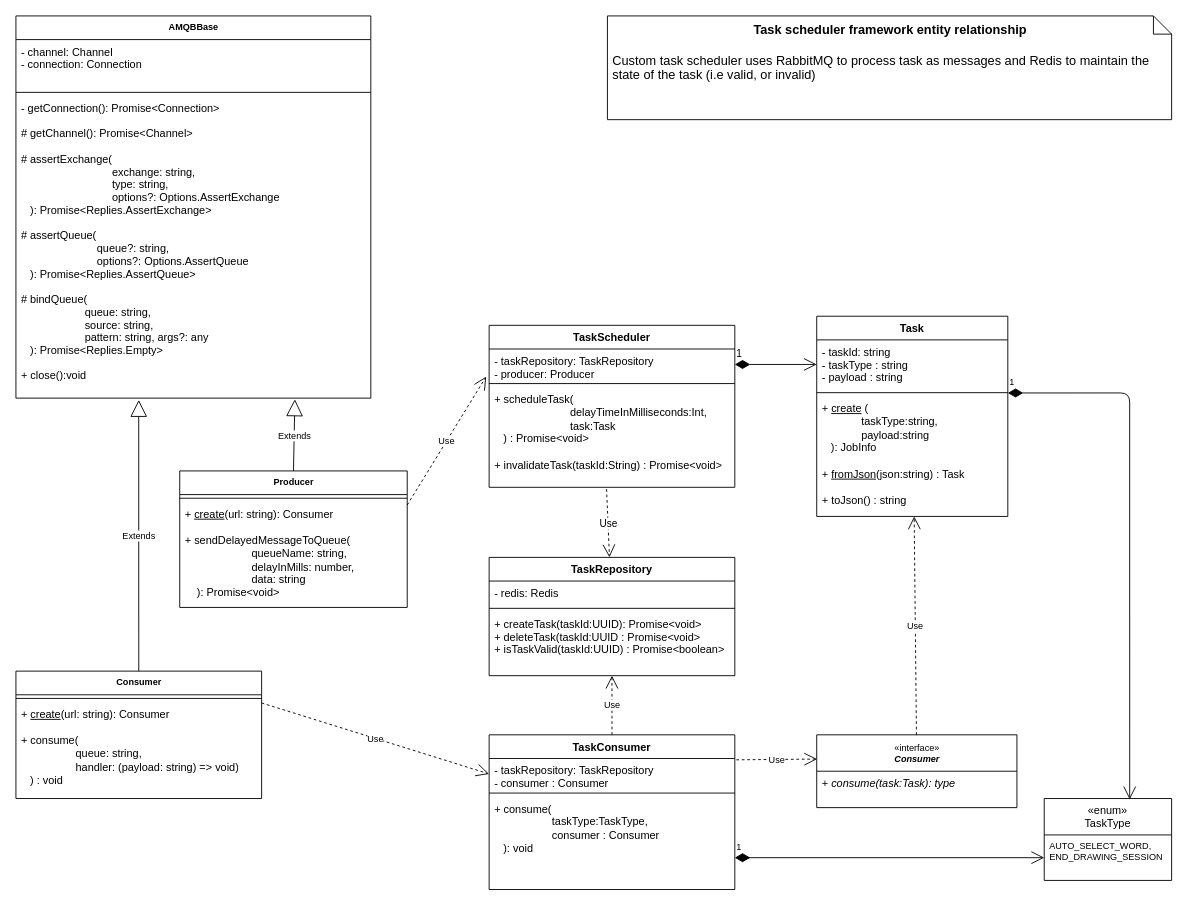
Before: docs/class_diagram/TaskScheduler.drawio in sridhar-sp/draw-server, a draw.io diagram. Source tidied: cells renumbered, new cells numbered last; positions are measured from the earlier drawing's top-left corner, leaving out a move shared by most shapes. Both pictures are drawn from the tidied source at 91%, with x=0, y=0 at pixel (15, 15).
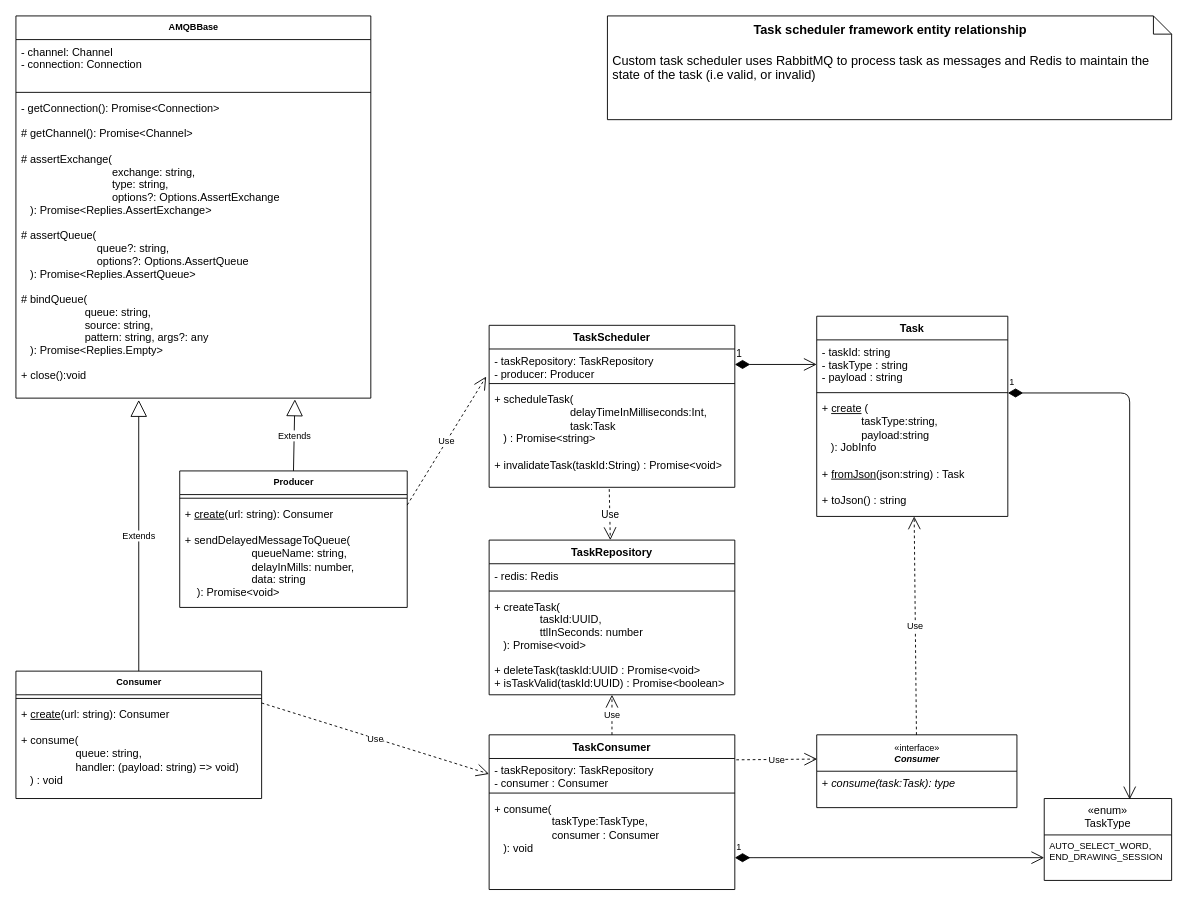
After the change.

The change refers to these unchanged cells:
```xml
<mxCell id="2" value="TaskScheduler" style="swimlane;fontStyle=1;align=center;verticalAlign=top;horizontal=1;startSize=26;" parent="1" vertex="1">
  <mxGeometry x="520" y="340" width="270" height="178" as="geometry" />
</mxCell>
```

What changed in the source:
```diff
@@
-    <mxCell id="5" value="+ scheduleTask(&lt;br&gt;&amp;nbsp; &amp;nbsp; &amp;nbsp; &amp;nbsp; &amp;nbsp; &amp;nbsp; &amp;nbsp; &amp;nbsp; &amp;nbsp; &amp;nbsp; &amp;nbsp; &amp;nbsp; &amp;nbsp;delayTimeInMilliseconds:Int,&lt;br&gt;&amp;nbsp; &amp;nbsp; &amp;nbsp; &amp;nbsp; &amp;nbsp; &amp;nbsp; &amp;nbsp; &amp;nbsp; &amp;nbsp; &amp;nbsp; &amp;nbsp; &amp;nbsp; &amp;nbsp;task:Task&lt;br&gt;&amp;nbsp; &amp;nbsp;) : Promise&amp;lt;void&amp;gt;&lt;br&gt;&lt;br&gt;+ invalidateTask(taskId:String) : Promise&amp;lt;void&amp;gt;" style="text;strokeColor=none;fillColor=none;align=left;verticalAlign=top;spacingLeft=4;spacingRight=4;overflow=hidden;points=[[0,0.5],[1,0.5]];portConstraint=eastwest;html=1;" parent="2" vertex="1">
+    <mxCell id="5" value="+ scheduleTask(&lt;br&gt;&amp;nbsp; &amp;nbsp; &amp;nbsp; &amp;nbsp; &amp;nbsp; &amp;nbsp; &amp;nbsp; &amp;nbsp; &amp;nbsp; &amp;nbsp; &amp;nbsp; &amp;nbsp; &amp;nbsp;delayTimeInMilliseconds:Int,&lt;br&gt;&amp;nbsp; &amp;nbsp; &amp;nbsp; &amp;nbsp; &amp;nbsp; &amp;nbsp; &amp;nbsp; &amp;nbsp; &amp;nbsp; &amp;nbsp; &amp;nbsp; &amp;nbsp; &amp;nbsp;task:Task&lt;br&gt;&amp;nbsp; &amp;nbsp;) : Promise&amp;lt;string&amp;gt;&lt;br&gt;&lt;br&gt;+ invalidateTask(taskId:String) : Promise&amp;lt;void&amp;gt;" style="text;strokeColor=none;fillColor=none;align=left;verticalAlign=top;spacingLeft=4;spacingRight=4;overflow=hidden;points=[[0,0.5],[1,0.5]];portConstraint=eastwest;html=1;" parent="2" vertex="1">
       <mxGeometry y="68" width="270" height="110" as="geometry" />
     </mxCell>
@@
     <mxCell id="15" value="TaskRepository" style="swimlane;fontStyle=1;align=center;verticalAlign=top;horizontal=1;startSize=26;" parent="1" vertex="1">
-      <mxGeometry x="520" y="595" width="270" height="130" as="geometry" />
+      <mxGeometry x="520" y="576" width="270" height="170" as="geometry" />
     </mxCell>
@@
-    <mxCell id="18" value="+ createTask(taskId:UUID): Promise&lt;void&gt;&#10;+ deleteTask(taskId:UUID : Promise&lt;void&gt;&#10;+ isTaskValid(taskId:UUID) : Promise&lt;boolean&gt;" style="text;strokeColor=none;fillColor=none;align=left;verticalAlign=top;spacingLeft=4;spacingRight=4;overflow=hidden;points=[[0,0.5],[1,0.5]];portConstraint=eastwest;" parent="15" vertex="1">
-      <mxGeometry y="60" width="270" height="70" as="geometry" />
+    <mxCell id="18" value="+ createTask(&#10;               taskId:UUID,&#10;               ttlInSeconds: number&#10;   ): Promise&lt;void&gt;&#10;&#10;+ deleteTask(taskId:UUID : Promise&lt;void&gt;&#10;+ isTaskValid(taskId:UUID) : Promise&lt;boolean&gt;" style="text;strokeColor=none;fillColor=none;align=left;verticalAlign=top;spacingLeft=4;spacingRight=4;overflow=hidden;points=[[0,0.5],[1,0.5]];portConstraint=eastwest;" parent="15" vertex="1">
+      <mxGeometry y="60" width="270" height="110" as="geometry" />
     </mxCell>
-    <mxCell id="19" value="Use" style="endArrow=open;endSize=12;dashed=1;html=1;exitX=0.478;exitY=1.018;exitDx=0;exitDy=0;exitPerimeter=0;" parent="1" edge="1" source="5" target="15">
-      <mxGeometry relative="1" as="geometry" />
+    <mxCell id="19" value="Use" style="endArrow=open;endSize=12;dashed=1;html=1;" parent="1" edge="1" target="15">
+      <mxGeometry relative="1" as="geometry">
+        <mxPoint x="652" y="520" as="sourcePoint" />
+      </mxGeometry>
     </mxCell>
```
